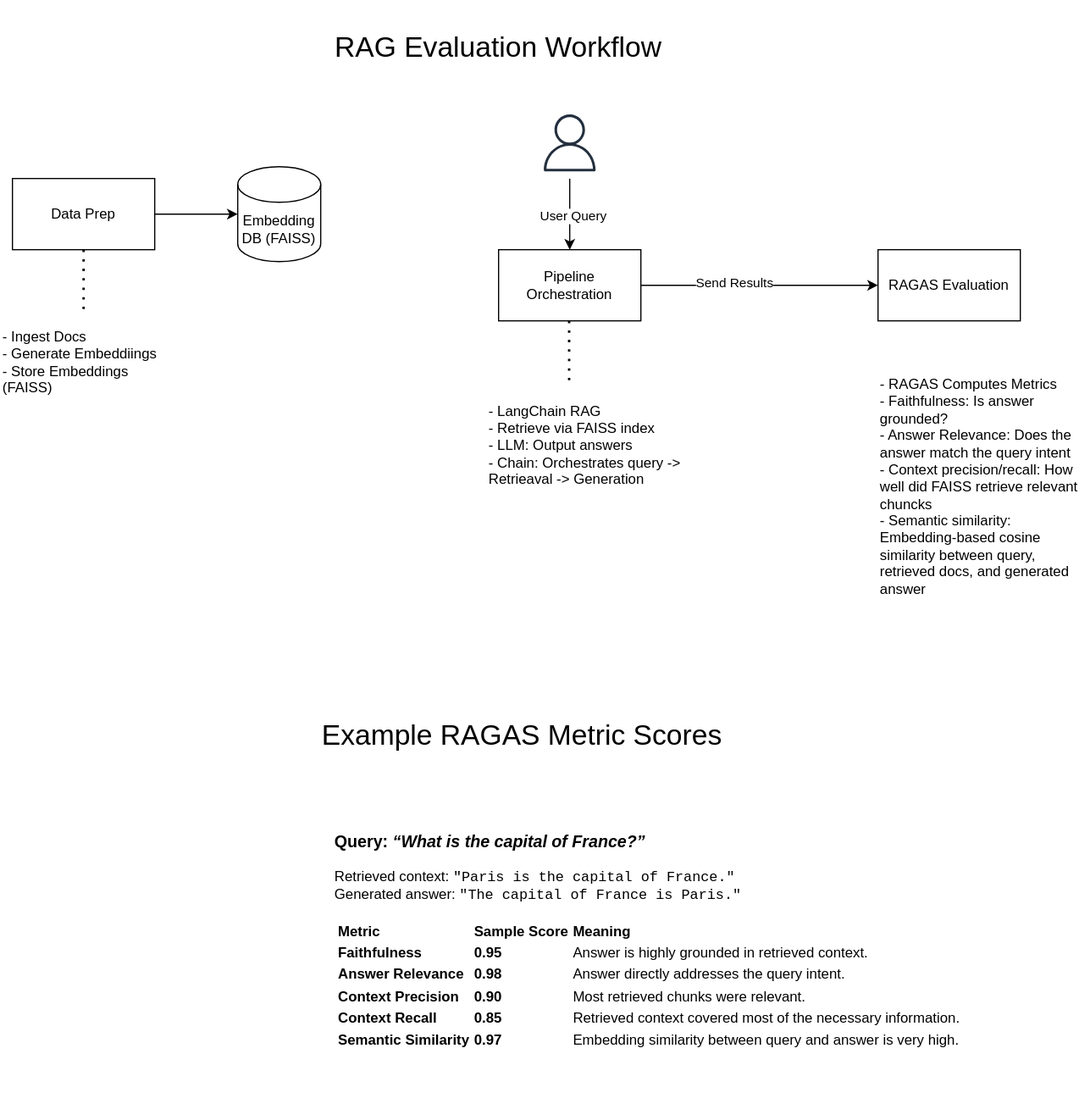
mcuellar/architecture-hub keeps this draw.io diagram as ai-rag-evaluation-workflow.drawio.svg. Above is the earlier version. Source tidied: cells renumbered, new cells last; positions are measured from the earlier drawing's top-left corner, leaving out a move shared by most shapes. The source it was exported from:
```xml
<mxGraphModel>
  <root>
    <mxCell id="0" />
    <mxCell id="1" parent="0" />
    <mxCell id="2" value="&lt;font style=&quot;font-size: 24px;&quot;&gt;RAG Evaluation Workflow&lt;/font&gt;" style="text;html=1;align=center;verticalAlign=middle;whiteSpace=wrap;rounded=0;" parent="1" vertex="1">
      <mxGeometry x="230" width="380" height="80" as="geometry" />
    </mxCell>
    <mxCell id="3" value="Data Prep" style="rounded=0;whiteSpace=wrap;html=1;" parent="1" vertex="1">
      <mxGeometry x="10" y="150" width="120" height="60" as="geometry" />
    </mxCell>
    <mxCell id="4" style="edgeStyle=none;html=1;entryX=0;entryY=0.5;entryDx=0;entryDy=0;" parent="1" edge="1" source="6" target="7">
      <mxGeometry relative="1" as="geometry" />
    </mxCell>
    <mxCell id="5" value="Send Results" style="edgeLabel;html=1;align=center;verticalAlign=middle;" parent="4" vertex="1">
      <mxGeometry x="-0.22" y="3" relative="1" as="geometry" />
    </mxCell>
    <mxCell id="6" value="Pipeline Orchestration" style="rounded=0;whiteSpace=wrap;html=1;" parent="1" vertex="1">
      <mxGeometry x="420" y="210" width="120" height="60" as="geometry" />
    </mxCell>
    <mxCell id="7" value="RAGAS Evaluation" style="rounded=0;whiteSpace=wrap;html=1;" parent="1" vertex="1">
      <mxGeometry x="740" y="210" width="120" height="60" as="geometry" />
    </mxCell>
    <mxCell id="8" value="- Ingest Docs&lt;div&gt;- Generate Embeddiings&lt;/div&gt;&lt;div&gt;- Store Embeddings (FAISS)&lt;/div&gt;" style="text;html=1;align=left;verticalAlign=middle;whiteSpace=wrap;rounded=0;" parent="1" vertex="1">
      <mxGeometry y="260" width="140" height="90" as="geometry" />
    </mxCell>
    <mxCell id="9" value="- LangChain RAG&lt;div&gt;&amp;nbsp; &amp;nbsp;- Retrieve via FAISS index&lt;/div&gt;&lt;div&gt;&amp;nbsp; &amp;nbsp;- LLM: Output answers&lt;/div&gt;&lt;div&gt;&amp;nbsp; &amp;nbsp;- Chain: Orchestrates query -&amp;gt; Retrieaval -&amp;gt; Generation&lt;/div&gt;" style="text;html=1;align=left;verticalAlign=middle;whiteSpace=wrap;rounded=0;" parent="1" vertex="1">
      <mxGeometry x="410" y="310" width="180" height="130" as="geometry" />
    </mxCell>
    <mxCell id="10" style="endArrow=none;dashed=1;html=1;dashPattern=1 3;strokeWidth=2;" parent="1" edge="1" source="8">
      <mxGeometry relative="1" as="geometry">
        <mxPoint x="70" y="210" as="targetPoint" />
      </mxGeometry>
    </mxCell>
    <mxCell id="11" style="endArrow=none;dashed=1;html=1;dashPattern=1 3;strokeWidth=2;" parent="1" edge="1">
      <mxGeometry relative="1" as="geometry">
        <mxPoint x="479.5" y="320" as="sourcePoint" />
        <mxPoint x="479.5" y="270" as="targetPoint" />
      </mxGeometry>
    </mxCell>
    <mxCell id="12" value="- RAGAS Computes Metrics&lt;div&gt;&amp;nbsp; &amp;nbsp;- Faithfulness: Is answer grounded?&lt;br&gt;&lt;/div&gt;&lt;div&gt;&amp;nbsp; &amp;nbsp;- Answer Relevance: Does the answer match the query intent&lt;/div&gt;&lt;div&gt;&amp;nbsp; &amp;nbsp;- Context precision/recall: How well did FAISS retrieve relevant chuncks&lt;/div&gt;&lt;div&gt;&amp;nbsp; &amp;nbsp;- Semantic similarity: Embedding-based cosine similarity between query, retrieved docs, and generated answer&lt;/div&gt;" style="text;html=1;align=left;verticalAlign=middle;whiteSpace=wrap;rounded=0;" parent="1" vertex="1">
      <mxGeometry x="740" y="310" width="170" height="200" as="geometry" />
    </mxCell>
    <mxCell id="13" value="Embedding DB (FAISS)" style="shape=cylinder3;whiteSpace=wrap;html=1;boundedLbl=1;backgroundOutline=1;size=15;" parent="1" vertex="1">
      <mxGeometry x="200" y="140" width="70" height="80" as="geometry" />
    </mxCell>
    <mxCell id="14" style="edgeStyle=none;html=1;entryX=0;entryY=0.5;entryDx=0;entryDy=0;entryPerimeter=0;" parent="1" edge="1" source="3" target="13">
      <mxGeometry relative="1" as="geometry" />
    </mxCell>
    <mxCell id="15" style="edgeStyle=none;html=1;entryX=0.5;entryY=0;entryDx=0;entryDy=0;" parent="1" edge="1" source="17" target="6">
      <mxGeometry relative="1" as="geometry" />
    </mxCell>
    <mxCell id="16" value="User Query" style="edgeLabel;html=1;align=center;verticalAlign=middle;" parent="15" vertex="1">
      <mxGeometry x="0.03" y="2" relative="1" as="geometry" />
    </mxCell>
    <mxCell id="17" style="sketch=0;outlineConnect=0;fontColor=#232F3E;gradientColor=none;strokeColor=#232F3E;fillColor=#ffffff;dashed=0;verticalLabelPosition=bottom;verticalAlign=top;align=center;html=1;fontSize=12;fontStyle=0;shape=mxgraph.aws4.resourceIcon;resIcon=mxgraph.aws4.user;" parent="1" vertex="1">
      <mxGeometry x="450" y="90" width="60" height="60" as="geometry" />
    </mxCell>
    <mxCell id="18" value="&lt;h3&gt;Query: &lt;em&gt;“What is the capital of France?”&lt;/em&gt;&lt;/h3&gt;&lt;p&gt;&lt;span&gt;Retrieved context: &lt;code&gt;&quot;Paris is the capital of France.&quot;&lt;/code&gt;  &#10;Generated answer: &lt;code&gt;&quot;The capital of France is Paris.&quot;&lt;/code&gt;&lt;/span&gt;&lt;/p&gt;&lt;div&gt;&lt;div&gt;&lt;table&gt;&lt;thead&gt;&lt;tr&gt;&lt;th&gt;&lt;span&gt;Metric&lt;/span&gt;&lt;/th&gt;&lt;th&gt;&lt;span&gt;Sample &lt;/span&gt;&lt;span&gt;Score&lt;/span&gt;&lt;/th&gt;&lt;th&gt;&lt;span&gt;Meaning&lt;/span&gt;&lt;/th&gt;&lt;/tr&gt;&lt;/thead&gt;&lt;tbody&gt;&lt;tr&gt;&lt;td&gt;&lt;strong&gt;&lt;span&gt;Faithfulness&lt;/span&gt;&lt;/strong&gt;&lt;/td&gt;&lt;td&gt;&lt;strong&gt;&lt;span&gt;0.95&lt;/span&gt;&lt;/strong&gt;&lt;/td&gt;&lt;td&gt;&lt;span&gt;Answer &lt;/span&gt;&lt;span&gt;is &lt;/span&gt;&lt;span&gt;highly &lt;/span&gt;&lt;span&gt;grounded &lt;/span&gt;&lt;span&gt;in &lt;/span&gt;&lt;span&gt;retrieved &lt;/span&gt;&lt;span&gt;context.&lt;/span&gt;&lt;/td&gt;&lt;/tr&gt;&lt;tr&gt;&lt;td&gt;&lt;strong&gt;&lt;span&gt;Answer &lt;/span&gt;&lt;span&gt;Relevance&lt;/span&gt;&lt;/strong&gt;&lt;/td&gt;&lt;td&gt;&lt;strong&gt;&lt;span&gt;0.98&lt;/span&gt;&lt;/strong&gt;&lt;/td&gt;&lt;td&gt;&lt;span&gt;Answer &lt;/span&gt;&lt;span&gt;directly &lt;/span&gt;&lt;span&gt;addresses &lt;/span&gt;&lt;span&gt;the &lt;/span&gt;&lt;span&gt;query &lt;/span&gt;&lt;span&gt;intent.&lt;/span&gt;&lt;/td&gt;&lt;/tr&gt;&lt;tr&gt;&lt;td&gt;&lt;strong&gt;&lt;span&gt;Context &lt;/span&gt;&lt;span&gt;Precision&lt;/span&gt;&lt;/strong&gt;&lt;/td&gt;&lt;td&gt;&lt;strong&gt;&lt;span&gt;0.90&lt;/span&gt;&lt;/strong&gt;&lt;/td&gt;&lt;td&gt;&lt;span&gt;Most &lt;/span&gt;&lt;span&gt;retrieved &lt;/span&gt;&lt;span&gt;chunks &lt;/span&gt;&lt;span&gt;were &lt;/span&gt;&lt;span&gt;relevant.&lt;/span&gt;&lt;/td&gt;&lt;/tr&gt;&lt;tr&gt;&lt;td&gt;&lt;strong&gt;&lt;span&gt;Context &lt;/span&gt;&lt;span&gt;Recall&lt;/span&gt;&lt;/strong&gt;&lt;/td&gt;&lt;td&gt;&lt;strong&gt;&lt;span&gt;0.85&lt;/span&gt;&lt;/strong&gt;&lt;/td&gt;&lt;td&gt;&lt;span&gt;Retrieved &lt;/span&gt;&lt;span&gt;context &lt;/span&gt;&lt;span&gt;covered &lt;/span&gt;&lt;span&gt;most &lt;/span&gt;&lt;span&gt;of &lt;/span&gt;&lt;span&gt;the &lt;/span&gt;&lt;span&gt;necessary &lt;/span&gt;&lt;span&gt;information.&lt;/span&gt;&lt;/td&gt;&lt;/tr&gt;&lt;tr&gt;&lt;td&gt;&lt;strong&gt;&lt;span&gt;Semantic &lt;/span&gt;&lt;span&gt;Similarity&lt;/span&gt;&lt;/strong&gt;&lt;/td&gt;&lt;td&gt;&lt;strong&gt;&lt;span&gt;0.97&lt;/span&gt;&lt;/strong&gt;&lt;/td&gt;&lt;td&gt;&lt;span&gt;Embedding &lt;/span&gt;&lt;span&gt;similarity &lt;/span&gt;&lt;span&gt;between &lt;/span&gt;&lt;span&gt;query &lt;/span&gt;&lt;span&gt;and &lt;/span&gt;&lt;span&gt;answer &lt;/span&gt;&lt;span&gt;is &lt;/span&gt;&lt;span&gt;very &lt;/span&gt;&lt;span&gt;high.&lt;/span&gt;&lt;/td&gt;&lt;/tr&gt;&lt;/tbody&gt;&lt;/table&gt;&lt;/div&gt;&lt;div&gt;&lt;/div&gt;&lt;/div&gt;&lt;div&gt;&lt;/div&gt;" style="text;whiteSpace=wrap;html=1;" parent="1" vertex="1">
      <mxGeometry x="280" y="680" width="560" height="260" as="geometry" />
    </mxCell>
    <mxCell id="19" value="&lt;font style=&quot;font-size: 24px;&quot;&gt;Example RAGAS Metric Scores&lt;/font&gt;" style="text;html=1;align=center;verticalAlign=middle;whiteSpace=wrap;rounded=0;" parent="1" vertex="1">
      <mxGeometry x="250" y="580" width="380" height="80" as="geometry" />
    </mxCell>
  </root>
</mxGraphModel>
```
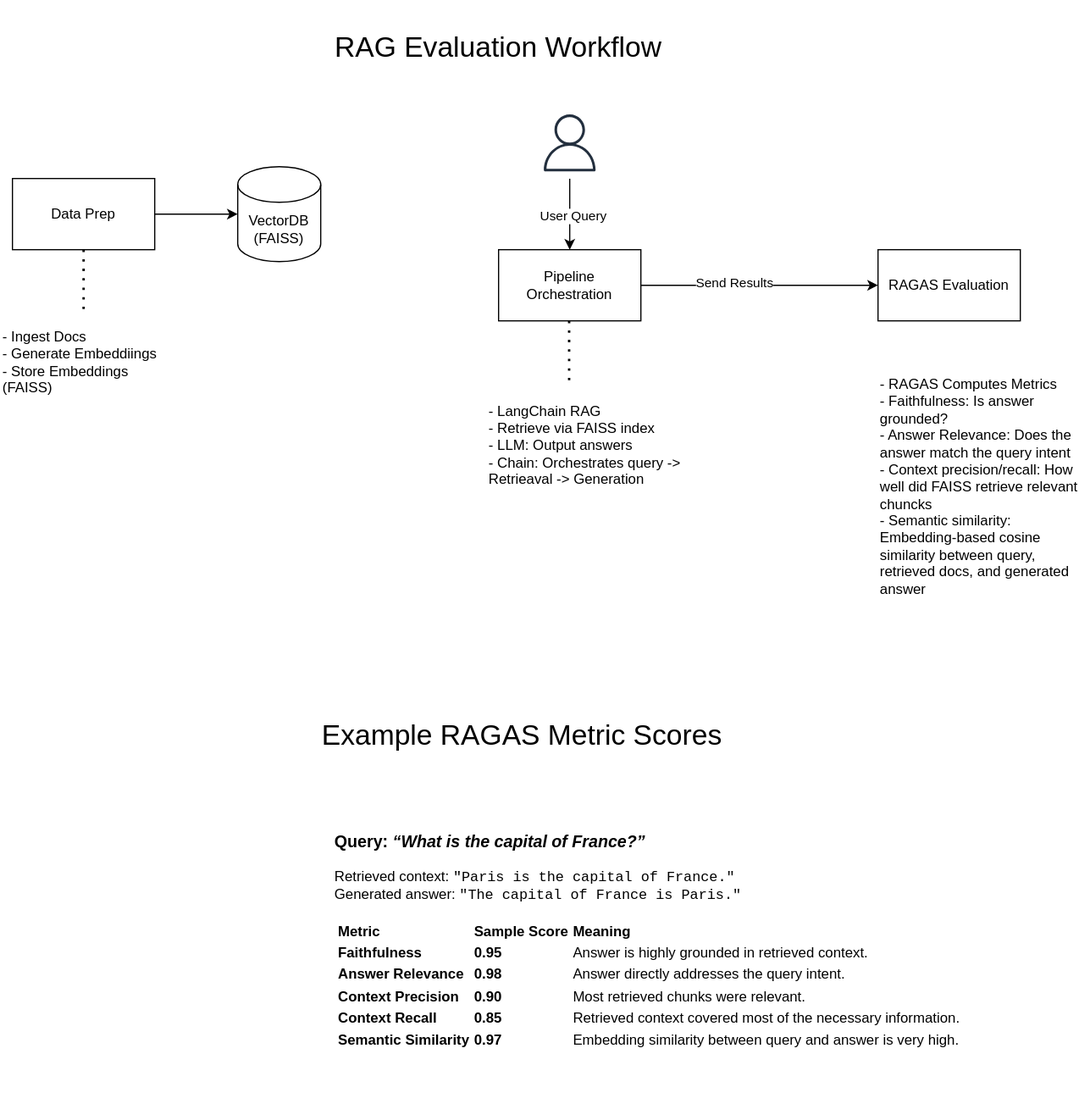
The same file after the commit.

Commit message:
Updated label from "Embedding DB" to "VectorDB" in evaluation workflow diagram

What changed in the source:
```diff
@@ -40,7 +40,7 @@
     <mxCell id="12" value="- RAGAS Computes Metrics&lt;div&gt;&amp;nbsp; &amp;nbsp;- Faithfulness: Is answer grounded?&lt;br&gt;&lt;/div&gt;&lt;div&gt;&amp;nbsp; &amp;nbsp;- Answer Relevance: Does the answer match the query intent&lt;/div&gt;&lt;div&gt;&amp;nbsp; &amp;nbsp;- Context precision/recall: How well did FAISS retrieve relevant chuncks&lt;/div&gt;&lt;div&gt;&amp;nbsp; &amp;nbsp;- Semantic similarity: Embedding-based cosine similarity between query, retrieved docs, and generated answer&lt;/div&gt;" style="text;html=1;align=left;verticalAlign=middle;whiteSpace=wrap;rounded=0;" parent="1" vertex="1">
       <mxGeometry x="740" y="310" width="170" height="200" as="geometry" />
     </mxCell>
-    <mxCell id="13" value="Embedding DB (FAISS)" style="shape=cylinder3;whiteSpace=wrap;html=1;boundedLbl=1;backgroundOutline=1;size=15;" parent="1" vertex="1">
+    <mxCell id="13" value="VectorDB (FAISS)" style="shape=cylinder3;whiteSpace=wrap;html=1;boundedLbl=1;backgroundOutline=1;size=15;" parent="1" vertex="1">
       <mxGeometry x="200" y="140" width="70" height="80" as="geometry" />
     </mxCell>
     <mxCell id="14" style="edgeStyle=none;html=1;entryX=0;entryY=0.5;entryDx=0;entryDy=0;entryPerimeter=0;" parent="1" edge="1" source="3" target="13">
```
